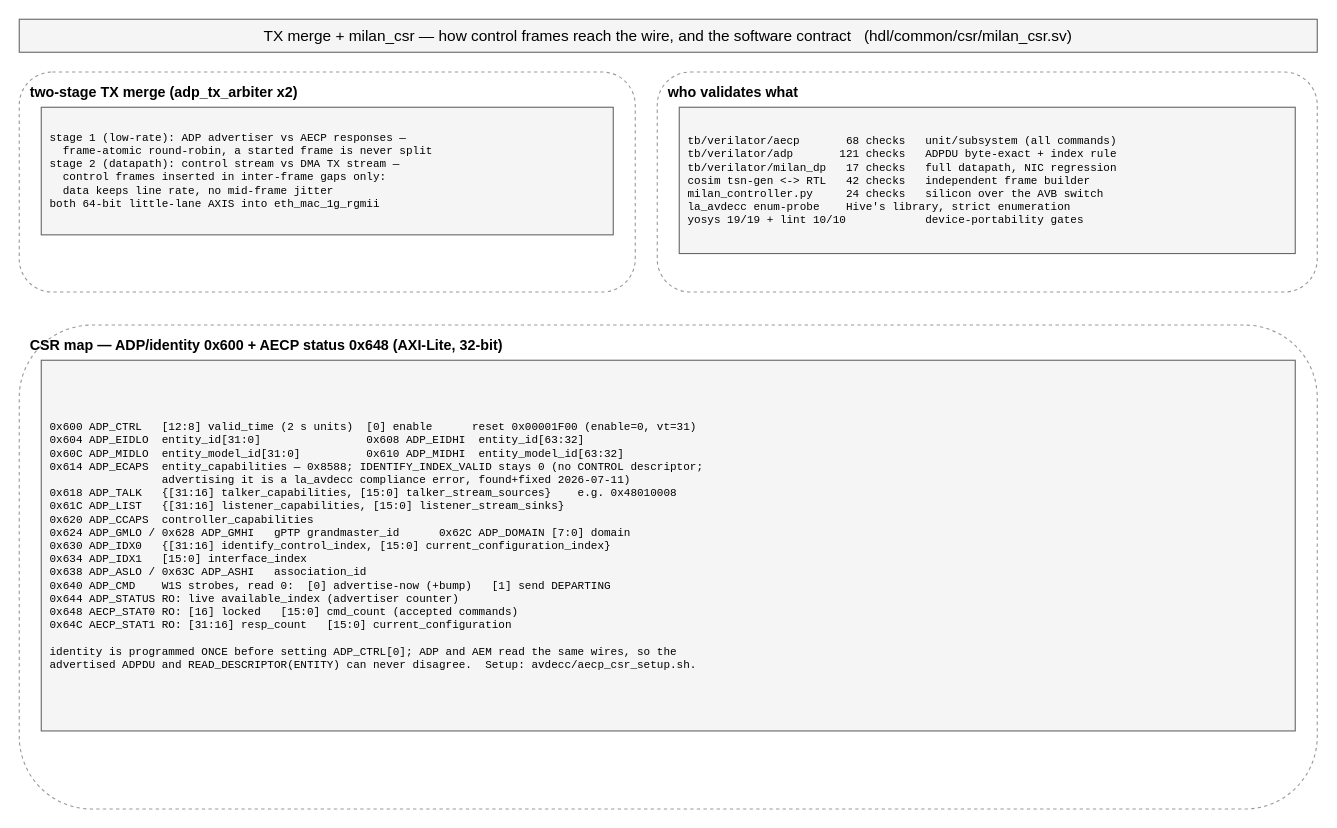
Before: page "8-tx-csr" (8 of 9) of hdl/ieee17221/aecp/doc/atdecc_architecture.drawio in kebag-logic/milan-fpga, a draw.io diagram. Source tidied: cells renumbered, new cells numbered last; positions are measured from the earlier drawing's top-left corner, leaving out a move shared by most shapes. Both pictures are drawn from the tidied source at 110%, with x=0, y=0 at pixel (19, 19).
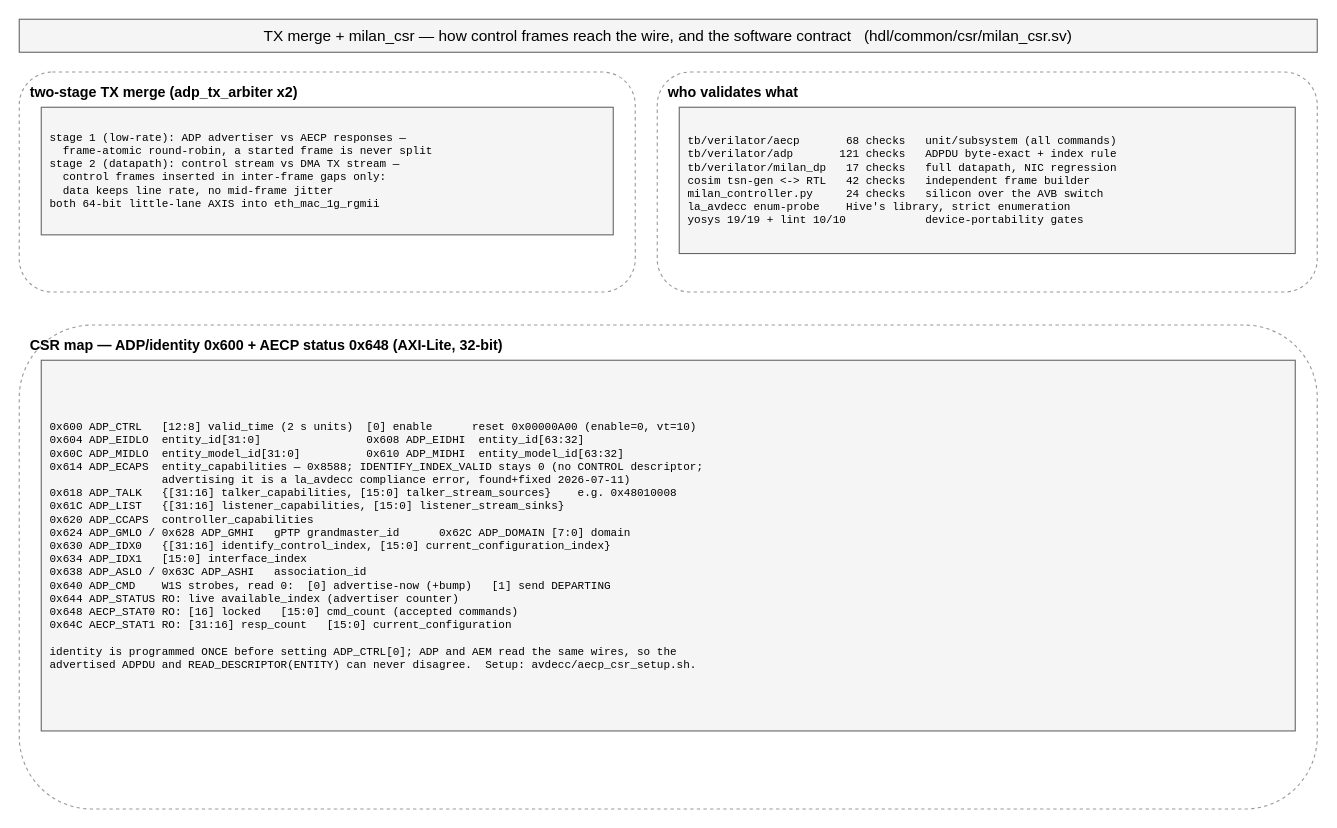
The same diagram, later.

What changed in the source:
```diff
@@
 <mxGraphModel>
   <root>
     <mxCell id="0" />
     <mxCell id="1" parent="0" />
     <mxCell id="2" value="TX merge + milan_csr — how control frames reach the wire, and the software contract   (hdl/common/csr/milan_csr.sv)" style="rounded=0;whiteSpace=wrap;html=1;fillColor=#f5f5f5;strokeColor=#666;fontSize=14;verticalAlign=middle;align=center;spacingLeft=6;spacingRight=6;" parent="1" vertex="1">
       <mxGeometry width="1180" height="30" as="geometry" />
     </mxCell>
     <mxCell id="3" value="two-stage TX merge (adp_tx_arbiter x2)" style="rounded=1;whiteSpace=wrap;html=1;fillColor=none;strokeColor=#999999;dashed=1;verticalAlign=top;align=left;fontSize=13;fontStyle=1;spacingLeft=8;spacingTop=4;" parent="1" vertex="1">
       <mxGeometry y="48" width="560" height="200" as="geometry" />
     </mxCell>
     <mxCell id="4" value="stage 1 (low-rate): ADP advertiser vs AECP responses —&#10;  frame-atomic round-robin, a started frame is never split&#10;stage 2 (datapath): control stream vs DMA TX stream —&#10;  control frames inserted in inter-frame gaps only:&#10;  data keeps line rate, no mid-frame jitter&#10;both 64-bit little-lane AXIS into eth_mac_1g_rgmii" style="rounded=0;whiteSpace=wrap;html=1;fillColor=#f5f5f5;strokeColor=#666666;fontSize=10;verticalAlign=middle;align=left;spacingLeft=6;spacingRight=6;fontFamily=Courier New;" parent="1" vertex="1">
       <mxGeometry x="20" y="80" width="520" height="116" as="geometry" />
     </mxCell>
     <mxCell id="5" value="who validates what" style="rounded=1;whiteSpace=wrap;html=1;fillColor=none;strokeColor=#999999;dashed=1;verticalAlign=top;align=left;fontSize=13;fontStyle=1;spacingLeft=8;spacingTop=4;" parent="1" vertex="1">
       <mxGeometry x="580" y="48" width="600" height="200" as="geometry" />
     </mxCell>
     <mxCell id="6" value="tb/verilator/aecp       68 checks   unit/subsystem (all commands)&#10;tb/verilator/adp       121 checks   ADPDU byte-exact + index rule&#10;tb/verilator/milan_dp   17 checks   full datapath, NIC regression&#10;cosim tsn-gen &lt;-&gt; RTL   42 checks   independent frame builder&#10;milan_controller.py     24 checks   silicon over the AVB switch&#10;la_avdecc enum-probe    Hive's library, strict enumeration&#10;yosys 19/19 + lint 10/10            device-portability gates" style="rounded=0;whiteSpace=wrap;html=1;fillColor=#f5f5f5;strokeColor=#666666;fontSize=10;verticalAlign=middle;align=left;spacingLeft=6;spacingRight=6;fontFamily=Courier New;" parent="1" vertex="1">
       <mxGeometry x="600" y="80" width="560" height="133" as="geometry" />
     </mxCell>
     <mxCell id="7" value="CSR map — ADP/identity 0x600 + AECP status 0x648 (AXI-Lite, 32-bit)" style="rounded=1;whiteSpace=wrap;html=1;fillColor=none;strokeColor=#999999;dashed=1;verticalAlign=top;align=left;fontSize=13;fontStyle=1;spacingLeft=8;spacingTop=4;" parent="1" vertex="1">
       <mxGeometry y="278" width="1180" height="440" as="geometry" />
     </mxCell>
-    <mxCell id="8" value="0x600 ADP_CTRL   [12:8] valid_time (2 s units)  [0] enable      reset 0x00001F00 (enable=0, vt=31)&#10;0x604 ADP_EIDLO  entity_id[31:0]                0x608 ADP_EIDHI  entity_id[63:32]&#10;0x60C ADP_MIDLO  entity_model_id[31:0]          0x610 ADP_MIDHI  entity_model_id[63:32]&#10;0x614 ADP_ECAPS  entity_capabilities — 0x8588; IDENTIFY_INDEX_VALID stays 0 (no CONTROL descriptor;&#10;                 advertising it is a la_avdecc compliance error, found+fixed 2026-07-11)&#10;0x618 ADP_TALK   {[31:16] talker_capabilities, [15:0] talker_stream_sources}    e.g. 0x48010008&#10;0x61C ADP_LIST   {[31:16] listener_capabilities, [15:0] listener_stream_sinks}&#10;0x620 ADP_CCAPS  controller_capabilities&#10;0x624 ADP_GMLO / 0x628 ADP_GMHI   gPTP grandmaster_id      0x62C ADP_DOMAIN [7:0] domain&#10;0x630 ADP_IDX0   {[31:16] identify_control_index, [15:0] current_configuration_index}&#10;0x634 ADP_IDX1   [15:0] interface_index&#10;0x638 ADP_ASLO / 0x63C ADP_ASHI   association_id&#10;0x640 ADP_CMD    W1S strobes, read 0:  [0] advertise-now (+bump)   [1] send DEPARTING&#10;0x644 ADP_STATUS RO: live available_index (advertiser counter)&#10;0x648 AECP_STAT0 RO: [16] locked   [15:0] cmd_count (accepted commands)&#10;0x64C AECP_STAT1 RO: [31:16] resp_count   [15:0] current_configuration&#10;&#10;identity is programmed ONCE before setting ADP_CTRL[0]; ADP and AEM read the same wires, so the&#10;advertised ADPDU and READ_DESCRIPTOR(ENTITY) can never disagree.  Setup: avdecc/aecp_csr_setup.sh." style="rounded=0;whiteSpace=wrap;html=1;fillColor=#f5f5f5;strokeColor=#666666;fontSize=10;verticalAlign=middle;align=left;spacingLeft=6;spacingRight=6;fontFamily=Courier New;" parent="1" vertex="1">
+    <mxCell id="8" value="0x600 ADP_CTRL   [12:8] valid_time (2 s units)  [0] enable      reset 0x00000A00 (enable=0, vt=10)&#10;0x604 ADP_EIDLO  entity_id[31:0]                0x608 ADP_EIDHI  entity_id[63:32]&#10;0x60C ADP_MIDLO  entity_model_id[31:0]          0x610 ADP_MIDHI  entity_model_id[63:32]&#10;0x614 ADP_ECAPS  entity_capabilities — 0x8588; IDENTIFY_INDEX_VALID stays 0 (no CONTROL descriptor;&#10;                 advertising it is a la_avdecc compliance error, found+fixed 2026-07-11)&#10;0x618 ADP_TALK   {[31:16] talker_capabilities, [15:0] talker_stream_sources}    e.g. 0x48010008&#10;0x61C ADP_LIST   {[31:16] listener_capabilities, [15:0] listener_stream_sinks}&#10;0x620 ADP_CCAPS  controller_capabilities&#10;0x624 ADP_GMLO / 0x628 ADP_GMHI   gPTP grandmaster_id      0x62C ADP_DOMAIN [7:0] domain&#10;0x630 ADP_IDX0   {[31:16] identify_control_index, [15:0] current_configuration_index}&#10;0x634 ADP_IDX1   [15:0] interface_index&#10;0x638 ADP_ASLO / 0x63C ADP_ASHI   association_id&#10;0x640 ADP_CMD    W1S strobes, read 0:  [0] advertise-now (+bump)   [1] send DEPARTING&#10;0x644 ADP_STATUS RO: live available_index (advertiser counter)&#10;0x648 AECP_STAT0 RO: [16] locked   [15:0] cmd_count (accepted commands)&#10;0x64C AECP_STAT1 RO: [31:16] resp_count   [15:0] current_configuration&#10;&#10;identity is programmed ONCE before setting ADP_CTRL[0]; ADP and AEM read the same wires, so the&#10;advertised ADPDU and READ_DESCRIPTOR(ENTITY) can never disagree.  Setup: avdecc/aecp_csr_setup.sh." style="rounded=0;whiteSpace=wrap;html=1;fillColor=#f5f5f5;strokeColor=#666666;fontSize=10;verticalAlign=middle;align=left;spacingLeft=6;spacingRight=6;fontFamily=Courier New;" parent="1" vertex="1">
       <mxGeometry x="20" y="310" width="1140" height="337" as="geometry" />
     </mxCell>
   </root>
 </mxGraphModel>
```
